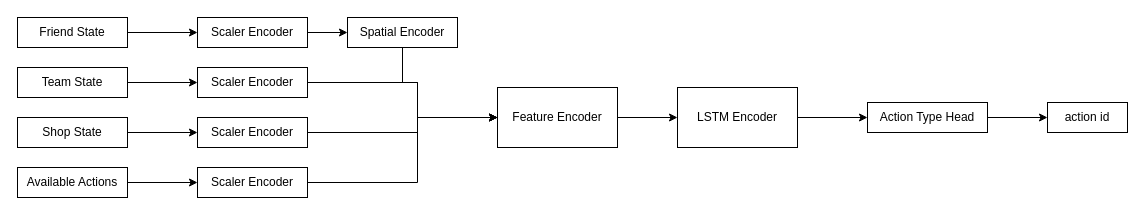
The draw.io diagram src/bots/better_model/network.drawio in TylerLott/SAP-analog, before the edit. Source tidied: cells renumbered, new cells numbered last; positions are measured from the earlier drawing's top-left corner, leaving out a move shared by most shapes. Both pictures are drawn from the tidied source at 100%, with x=0, y=0 at pixel (17, 17).
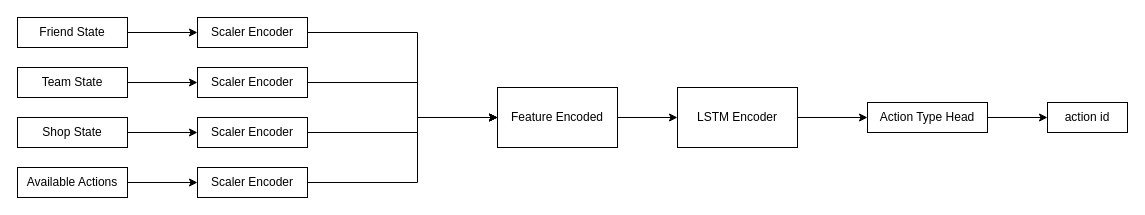
After the change.

Unchanged cells that the change refers to:
```xml
<mxCell id="11" value="Scaler Encoder" style="rounded=0;whiteSpace=wrap;html=1;" parent="1" vertex="1">
  <mxGeometry x="180" width="110" height="30" as="geometry" />
</mxCell>
```

Change to the diagram source:
```diff
@@
-    <mxCell id="10" style="edgeStyle=none;html=1;" parent="1" edge="1" source="11" target="19">
-      <mxGeometry relative="1" as="geometry" />
+    <mxCell id="10" style="edgeStyle=none;html=1;entryX=0;entryY=0.5;entryDx=0;entryDy=0;rounded=0;" parent="1" edge="1" source="11" target="21">
+      <mxGeometry relative="1" as="geometry">
+        <Array as="points">
+          <mxPoint x="400" y="15" />
+          <mxPoint x="400" y="100" />
+        </Array>
+      </mxGeometry>
     </mxCell>
@@
-    <mxCell id="18" style="edgeStyle=none;html=1;entryX=0;entryY=0.5;entryDx=0;entryDy=0;rounded=0;" parent="1" edge="1" source="19" target="21">
-      <mxGeometry relative="1" as="geometry">
-        <Array as="points">
-          <mxPoint x="385" y="65" />
-          <mxPoint x="400" y="65" />
-          <mxPoint x="400" y="100" />
-        </Array>
-      </mxGeometry>
-    </mxCell>
-    <mxCell id="19" value="Spatial Encoder" style="rounded=0;whiteSpace=wrap;html=1;" parent="1" vertex="1">
-      <mxGeometry x="330" width="110" height="30" as="geometry" />
-    </mxCell>
@@
-    <mxCell id="21" value="Feature Encoder" style="rounded=0;whiteSpace=wrap;html=1;" parent="1" vertex="1">
+    <mxCell id="21" value="Feature Encoded" style="rounded=0;whiteSpace=wrap;html=1;" parent="1" vertex="1">
       <mxGeometry x="480" y="70" width="120" height="60" as="geometry" />
     </mxCell>
```
